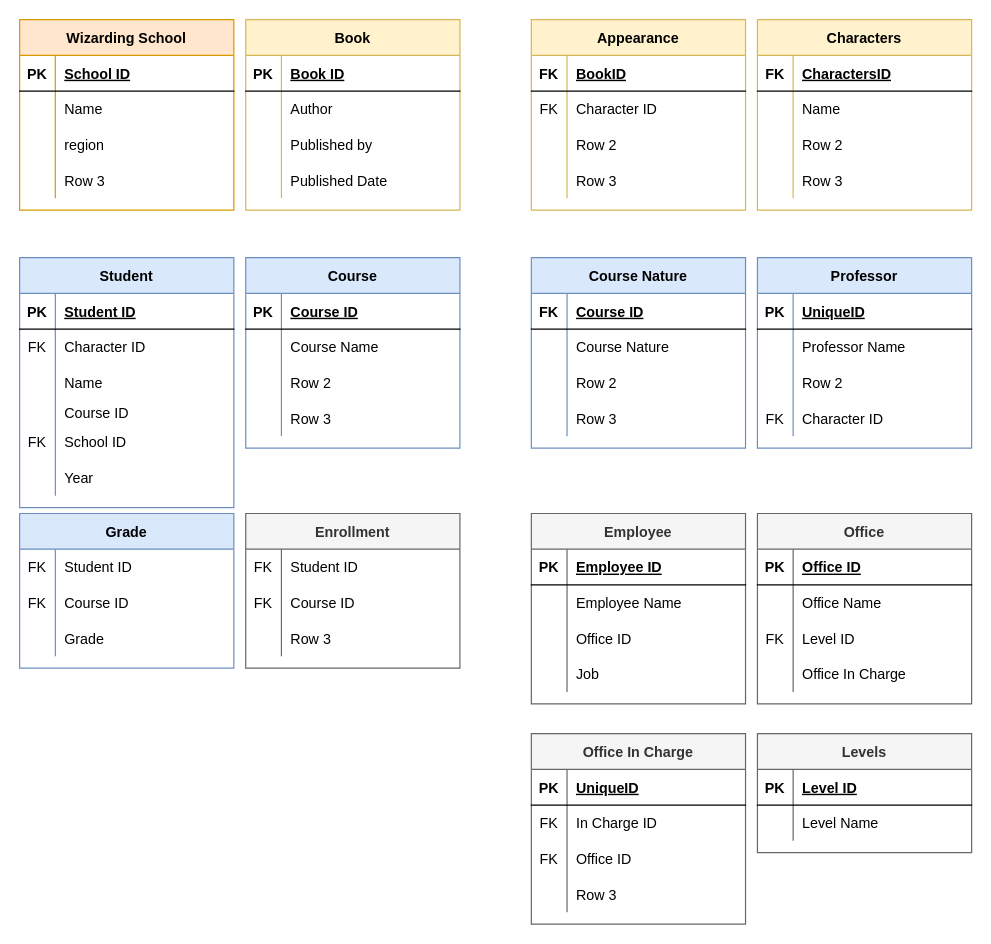
The draw.io diagram LabExam-ERD.drawio in mans00rahmed/Introduction-To-Databse-Lab, before the edit. Source tidied: cells renumbered, new cells numbered last; positions are measured from the earlier drawing's top-left corner, leaving out a move shared by most shapes. Both pictures are drawn from the tidied source at 119%, with x=0, y=0 at pixel (19, 19).
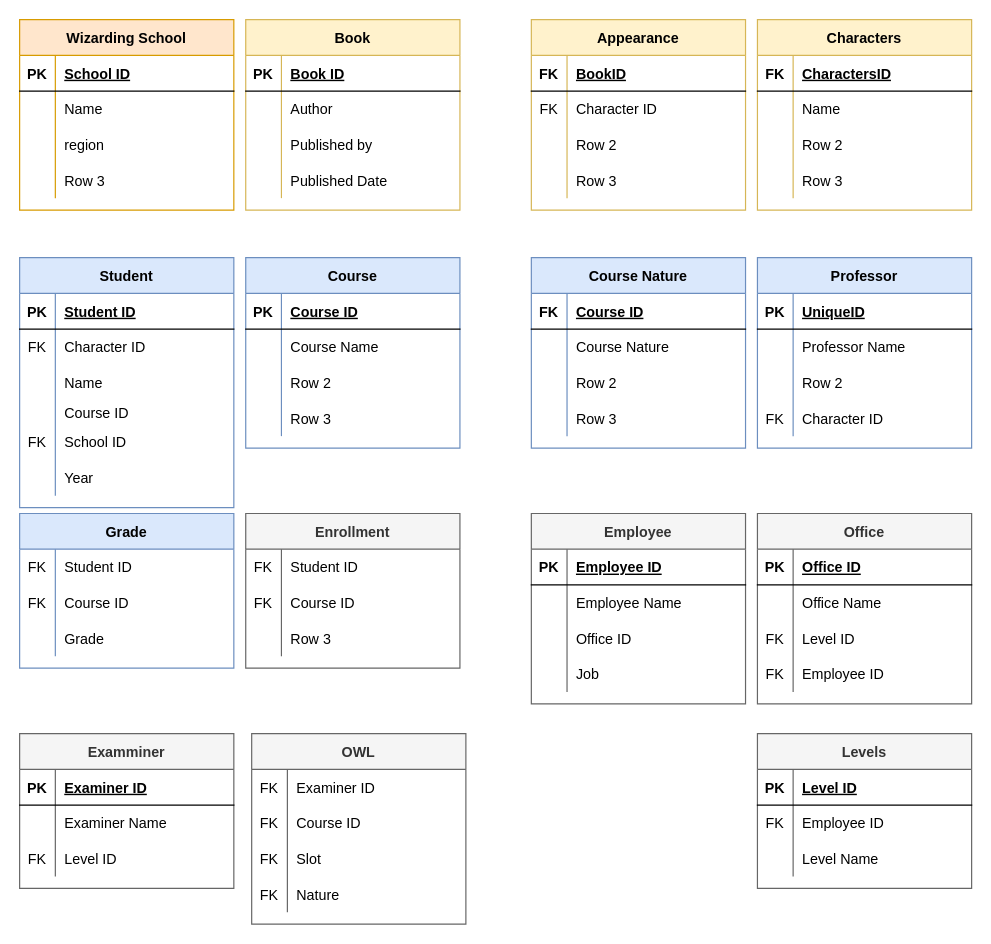
The same page after the edit.

The change refers to these unchanged cells:
```xml
<mxCell id="152" style="shape=partialRectangle;fillColor=none;top=0;left=0;bottom=0;right=0;" parent="142" vertex="1">
  <mxGeometry y="120" width="180" height="30" as="geometry" />
</mxCell>
```

Change to the diagram source:
```diff
@@
     <mxCell id="122" value="Levels" style="shape=table;startSize=30;childLayout=tableLayout;rowLines=0;fontStyle=1;align=center;fillColor=#f5f5f5;strokeColor=#666666;fontColor=#333333;" parent="1" vertex="1">
-      <mxGeometry x="620" y="600" width="180" height="100" as="geometry" />
+      <mxGeometry x="620" y="600" width="180" height="130" as="geometry" />
     </mxCell>
@@
+    <mxCell id="178" style="shape=partialRectangle;fillColor=none;top=0;left=0;bottom=0;right=0;" parent="122" vertex="1">
+      <mxGeometry y="60" width="180" height="30" as="geometry" />
+    </mxCell>
+    <mxCell id="179" value="FK" style="shape=partialRectangle;fillColor=none;top=0;left=0;bottom=0;right=0;fontStyle=0;overflow=hidden;" parent="178" vertex="1">
+      <mxGeometry width="30" height="30" as="geometry" />
+    </mxCell>
+    <mxCell id="180" value="Employee ID" style="shape=partialRectangle;fillColor=none;top=0;left=0;bottom=0;right=0;align=left;spacingLeft=6;fontStyle=0;overflow=hidden;" parent="178" vertex="1">
+      <mxGeometry x="30" width="150" height="30" as="geometry" />
+    </mxCell>
     <mxCell id="126" style="shape=partialRectangle;fillColor=none;top=0;left=0;bottom=0;right=0;" parent="122" vertex="1">
-      <mxGeometry y="60" width="180" height="30" as="geometry" />
+      <mxGeometry y="90" width="180" height="30" as="geometry" />
     </mxCell>
@@
-    <mxCell id="153" style="shape=partialRectangle;fillColor=none;top=0;left=0;bottom=0;right=0;overflow=hidden;" parent="152" vertex="1">
+    <mxCell id="153" value="FK" style="shape=partialRectangle;fillColor=none;top=0;left=0;bottom=0;right=0;overflow=hidden;" parent="152" vertex="1">
       <mxGeometry width="30" height="30" as="geometry" />
     </mxCell>
-    <mxCell id="154" value="Office In Charge" style="shape=partialRectangle;fillColor=none;top=0;left=0;bottom=0;right=0;align=left;spacingLeft=6;overflow=hidden;" parent="152" vertex="1">
+    <mxCell id="154" value="Employee ID" style="shape=partialRectangle;fillColor=none;top=0;left=0;bottom=0;right=0;align=left;spacingLeft=6;overflow=hidden;" parent="152" vertex="1">
       <mxGeometry x="30" width="150" height="30" as="geometry" />
     </mxCell>
-    <mxCell id="155" value="Office In Charge" style="shape=table;startSize=30;childLayout=tableLayout;rowLines=0;fontStyle=1;align=center;fillColor=#f5f5f5;strokeColor=#666666;fontColor=#333333;" parent="1" vertex="1">
-      <mxGeometry x="430" y="600" width="180" height="160" as="geometry" />
-    </mxCell>
-    <mxCell id="156" style="shape=partialRectangle;fillColor=none;top=0;left=0;bottom=1;right=0;" parent="155" vertex="1">
-      <mxGeometry y="30" width="180" height="30" as="geometry" />
-    </mxCell>
-    <mxCell id="157" value="PK" style="shape=partialRectangle;fillColor=none;top=0;left=0;bottom=0;right=0;fontStyle=1;overflow=hidden;" parent="156" vertex="1">
-      <mxGeometry width="30" height="30" as="geometry" />
-    </mxCell>
-    <mxCell id="158" value="UniqueID" style="shape=partialRectangle;fillColor=none;top=0;left=0;bottom=0;right=0;align=left;spacingLeft=6;fontStyle=5;overflow=hidden;" parent="156" vertex="1">
-      <mxGeometry x="30" width="150" height="30" as="geometry" />
-    </mxCell>
-    <mxCell id="159" style="shape=partialRectangle;fillColor=none;top=0;left=0;bottom=0;right=0;" parent="155" vertex="1">
-      <mxGeometry y="60" width="180" height="30" as="geometry" />
-    </mxCell>
-    <mxCell id="160" value="FK" style="shape=partialRectangle;fillColor=none;top=0;left=0;bottom=0;right=0;overflow=hidden;" parent="159" vertex="1">
-      <mxGeometry width="30" height="30" as="geometry" />
-    </mxCell>
-    <mxCell id="161" value="In Charge ID" style="shape=partialRectangle;fillColor=none;top=0;left=0;bottom=0;right=0;align=left;spacingLeft=6;overflow=hidden;" parent="159" vertex="1">
-      <mxGeometry x="30" width="150" height="30" as="geometry" />
-    </mxCell>
-    <mxCell id="162" style="shape=partialRectangle;fillColor=none;top=0;left=0;bottom=0;right=0;" parent="155" vertex="1">
-      <mxGeometry y="90" width="180" height="30" as="geometry" />
-    </mxCell>
-    <mxCell id="163" value="FK" style="shape=partialRectangle;fillColor=none;top=0;left=0;bottom=0;right=0;overflow=hidden;" parent="162" vertex="1">
-      <mxGeometry width="30" height="30" as="geometry" />
-    </mxCell>
-    <mxCell id="164" value="Office ID" style="shape=partialRectangle;fillColor=none;top=0;left=0;bottom=0;right=0;align=left;spacingLeft=6;overflow=hidden;" parent="162" vertex="1">
-      <mxGeometry x="30" width="150" height="30" as="geometry" />
-    </mxCell>
-    <mxCell id="165" style="shape=partialRectangle;fillColor=none;top=0;left=0;bottom=0;right=0;" parent="155" vertex="1">
-      <mxGeometry y="120" width="180" height="30" as="geometry" />
-    </mxCell>
-    <mxCell id="166" style="shape=partialRectangle;fillColor=none;top=0;left=0;bottom=0;right=0;overflow=hidden;" parent="165" vertex="1">
-      <mxGeometry width="30" height="30" as="geometry" />
-    </mxCell>
-    <mxCell id="167" value="Row 3" style="shape=partialRectangle;fillColor=none;top=0;left=0;bottom=0;right=0;align=left;spacingLeft=6;overflow=hidden;" parent="165" vertex="1">
-      <mxGeometry x="30" width="150" height="30" as="geometry" />
-    </mxCell>
@@
+    <mxCell id="181" value="OWL" style="shape=table;startSize=30;childLayout=tableLayout;rowLines=0;fontStyle=1;align=center;fillColor=#f5f5f5;strokeColor=#666666;fontColor=#333333;" parent="1" vertex="1">
+      <mxGeometry x="195" y="600" width="180" height="160" as="geometry" />
+    </mxCell>
+    <mxCell id="182" style="shape=partialRectangle;fillColor=none;top=0;left=0;bottom=0;right=0;" parent="181" vertex="1">
+      <mxGeometry y="30" width="180" height="30" as="geometry" />
+    </mxCell>
+    <mxCell id="183" value="FK" style="shape=partialRectangle;fillColor=none;top=0;left=0;bottom=0;right=0;fontStyle=0;overflow=hidden;" parent="182" vertex="1">
+      <mxGeometry width="30" height="30" as="geometry" />
+    </mxCell>
+    <mxCell id="184" value="Examiner ID" style="shape=partialRectangle;fillColor=none;top=0;left=0;bottom=0;right=0;align=left;spacingLeft=6;fontStyle=0;overflow=hidden;" parent="182" vertex="1">
+      <mxGeometry x="30" width="150" height="30" as="geometry" />
+    </mxCell>
+    <mxCell id="185" style="shape=partialRectangle;fillColor=none;top=0;left=0;bottom=0;right=0;" parent="181" vertex="1">
+      <mxGeometry y="60" width="180" height="30" as="geometry" />
+    </mxCell>
+    <mxCell id="186" value="FK" style="shape=partialRectangle;fillColor=none;top=0;left=0;bottom=0;right=0;fontStyle=0;overflow=hidden;" parent="185" vertex="1">
+      <mxGeometry width="30" height="30" as="geometry" />
+    </mxCell>
+    <mxCell id="187" value="Course ID" style="shape=partialRectangle;fillColor=none;top=0;left=0;bottom=0;right=0;align=left;spacingLeft=6;fontStyle=0;overflow=hidden;" parent="185" vertex="1">
+      <mxGeometry x="30" width="150" height="30" as="geometry" />
+    </mxCell>
+    <mxCell id="188" style="shape=partialRectangle;fillColor=none;top=0;left=0;bottom=0;right=0;" parent="181" vertex="1">
+      <mxGeometry y="90" width="180" height="30" as="geometry" />
+    </mxCell>
+    <mxCell id="189" value="FK" style="shape=partialRectangle;fillColor=none;top=0;left=0;bottom=0;right=0;fontStyle=0;overflow=hidden;" parent="188" vertex="1">
+      <mxGeometry width="30" height="30" as="geometry" />
+    </mxCell>
+    <mxCell id="190" value="Slot" style="shape=partialRectangle;fillColor=none;top=0;left=0;bottom=0;right=0;align=left;spacingLeft=6;fontStyle=0;overflow=hidden;" parent="188" vertex="1">
+      <mxGeometry x="30" width="150" height="30" as="geometry" />
+    </mxCell>
+    <mxCell id="165" style="shape=partialRectangle;fillColor=none;top=0;left=0;bottom=0;right=0;" parent="181" vertex="1">
+      <mxGeometry y="120" width="180" height="30" as="geometry" />
+    </mxCell>
+    <mxCell id="191" value="FK" style="shape=partialRectangle;fillColor=none;top=0;left=0;bottom=0;right=0;overflow=hidden;" parent="165" vertex="1">
+      <mxGeometry width="30" height="30" as="geometry" />
+    </mxCell>
+    <mxCell id="192" value="Nature" style="shape=partialRectangle;fillColor=none;top=0;left=0;bottom=0;right=0;align=left;spacingLeft=6;overflow=hidden;" parent="165" vertex="1">
+      <mxGeometry x="30" width="150" height="30" as="geometry" />
+    </mxCell>
+    <mxCell id="193" value="Examminer" style="shape=table;startSize=30;childLayout=tableLayout;rowLines=0;fontStyle=1;align=center;fillColor=#f5f5f5;strokeColor=#666666;fontColor=#333333;" parent="1" vertex="1">
+      <mxGeometry y="600" width="180" height="130" as="geometry" />
+    </mxCell>
+    <mxCell id="156" style="shape=partialRectangle;fillColor=none;top=0;left=0;bottom=1;right=0;" parent="193" vertex="1">
+      <mxGeometry y="30" width="180" height="30" as="geometry" />
+    </mxCell>
+    <mxCell id="157" value="PK" style="shape=partialRectangle;fillColor=none;top=0;left=0;bottom=0;right=0;fontStyle=1;overflow=hidden;" parent="156" vertex="1">
+      <mxGeometry width="30" height="30" as="geometry" />
+    </mxCell>
+    <mxCell id="194" value="Examiner ID" style="shape=partialRectangle;fillColor=none;top=0;left=0;bottom=0;right=0;align=left;spacingLeft=6;fontStyle=5;overflow=hidden;" parent="156" vertex="1">
+      <mxGeometry x="30" width="150" height="30" as="geometry" />
+    </mxCell>
+    <mxCell id="195" style="shape=partialRectangle;fillColor=none;top=0;left=0;bottom=0;right=0;" parent="193" vertex="1">
+      <mxGeometry y="60" width="180" height="30" as="geometry" />
+    </mxCell>
+    <mxCell id="166" style="shape=partialRectangle;fillColor=none;top=0;left=0;bottom=0;right=0;overflow=hidden;" parent="195" vertex="1">
+      <mxGeometry width="30" height="30" as="geometry" />
+    </mxCell>
+    <mxCell id="196" value="Examiner Name" style="shape=partialRectangle;fillColor=none;top=0;left=0;bottom=0;right=0;align=left;spacingLeft=6;overflow=hidden;" parent="195" vertex="1">
+      <mxGeometry x="30" width="150" height="30" as="geometry" />
+    </mxCell>
+    <mxCell id="197" style="shape=partialRectangle;fillColor=none;top=0;left=0;bottom=0;right=0;" parent="193" vertex="1">
+      <mxGeometry y="90" width="180" height="30" as="geometry" />
+    </mxCell>
+    <mxCell id="198" value="FK" style="shape=partialRectangle;fillColor=none;top=0;left=0;bottom=0;right=0;fontStyle=0;overflow=hidden;" parent="197" vertex="1">
+      <mxGeometry width="30" height="30" as="geometry" />
+    </mxCell>
+    <mxCell id="199" value="Level ID" style="shape=partialRectangle;fillColor=none;top=0;left=0;bottom=0;right=0;align=left;spacingLeft=6;fontStyle=0;overflow=hidden;" parent="197" vertex="1">
+      <mxGeometry x="30" width="150" height="30" as="geometry" />
+    </mxCell>
```
